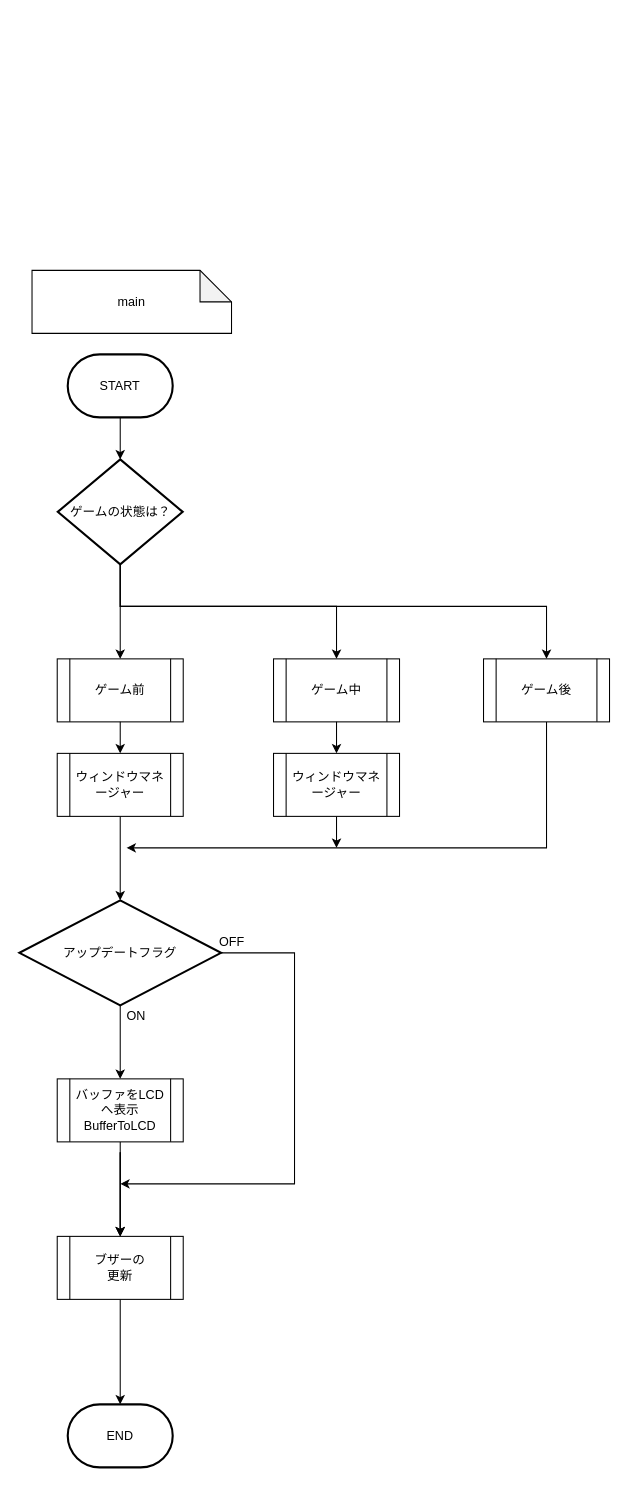
hakohumi/comp.train.whack-a-mole keeps this draw.io diagram as page "main" (1 of 6) of 資料/設計書/フローチャート/モグラ叩き_Buzzer.drawio. Above is the earlier version. Source tidied: cells renumbered, new cells numbered last; positions are measured from the earlier drawing's top-left corner, leaving out a move shared by most shapes. Both pictures are drawn from the tidied source at 105%, with x=0, y=0 at pixel (19, 270).
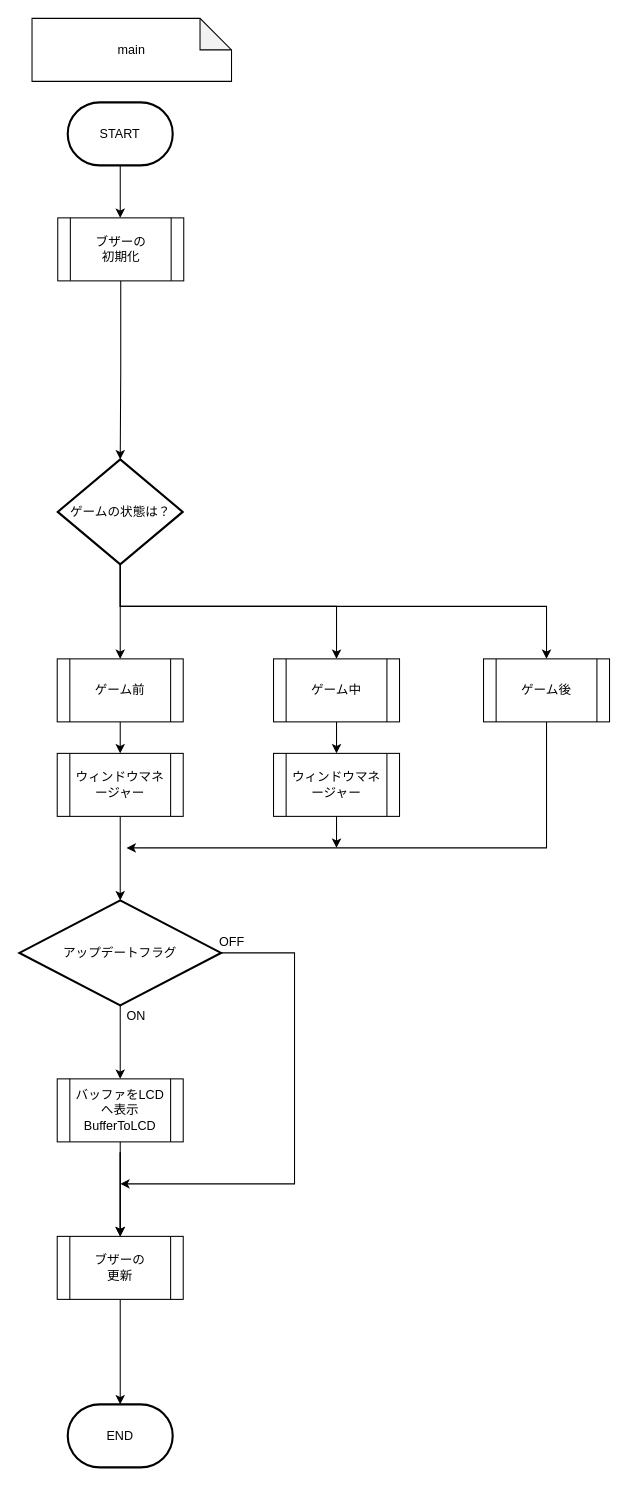
After the change.

The change refers to these unchanged cells:
```xml
<mxCell id="7" value="ゲームの状態は？" style="strokeWidth=2;html=1;shape=mxgraph.flowchart.decision;whiteSpace=wrap;" parent="1" vertex="1">
  <mxGeometry x="36.5" y="180" width="119" height="100" as="geometry" />
</mxCell>
```

What changed in the source:
```diff
@@
-    <mxCell id="2" style="edgeStyle=orthogonalEdgeStyle;rounded=0;jettySize=auto;html=1;" parent="1" edge="1" source="3" target="7">
+    <mxCell id="2" style="edgeStyle=orthogonalEdgeStyle;rounded=0;jettySize=auto;html=1;entryX=0.496;entryY=0;entryDx=0;entryDy=0;entryPerimeter=0;" parent="1" edge="1" source="3" target="33">
       <mxGeometry relative="1" as="geometry" />
     </mxCell>
     <mxCell id="3" value="START" style="strokeWidth=2;html=1;shape=mxgraph.flowchart.terminator;whiteSpace=wrap;" parent="1" vertex="1">
-      <mxGeometry x="46" y="80" width="100" height="60" as="geometry" />
+      <mxGeometry x="46" y="-160" width="100" height="60" as="geometry" />
     </mxCell>
@@
     <mxCell id="18" value="main" style="shape=note;whiteSpace=wrap;html=1;backgroundOutline=1;darkOpacity=0.05;" parent="1" vertex="1">
-      <mxGeometry x="12" width="190" height="60" as="geometry" />
+      <mxGeometry x="12" y="-240" width="190" height="60" as="geometry" />
     </mxCell>
@@
+    <mxCell id="32" style="edgeStyle=orthogonalEdgeStyle;rounded=0;jettySize=auto;html=1;" parent="1" edge="1" source="33" target="7">
+      <mxGeometry relative="1" as="geometry" />
+    </mxCell>
+    <mxCell id="33" value="ブザーの&lt;br&gt;初期化" style="shape=process;whiteSpace=wrap;html=1;backgroundOutline=1;" parent="1" vertex="1">
+      <mxGeometry x="36.5" y="-50" width="120" height="60" as="geometry" />
+    </mxCell>
```
